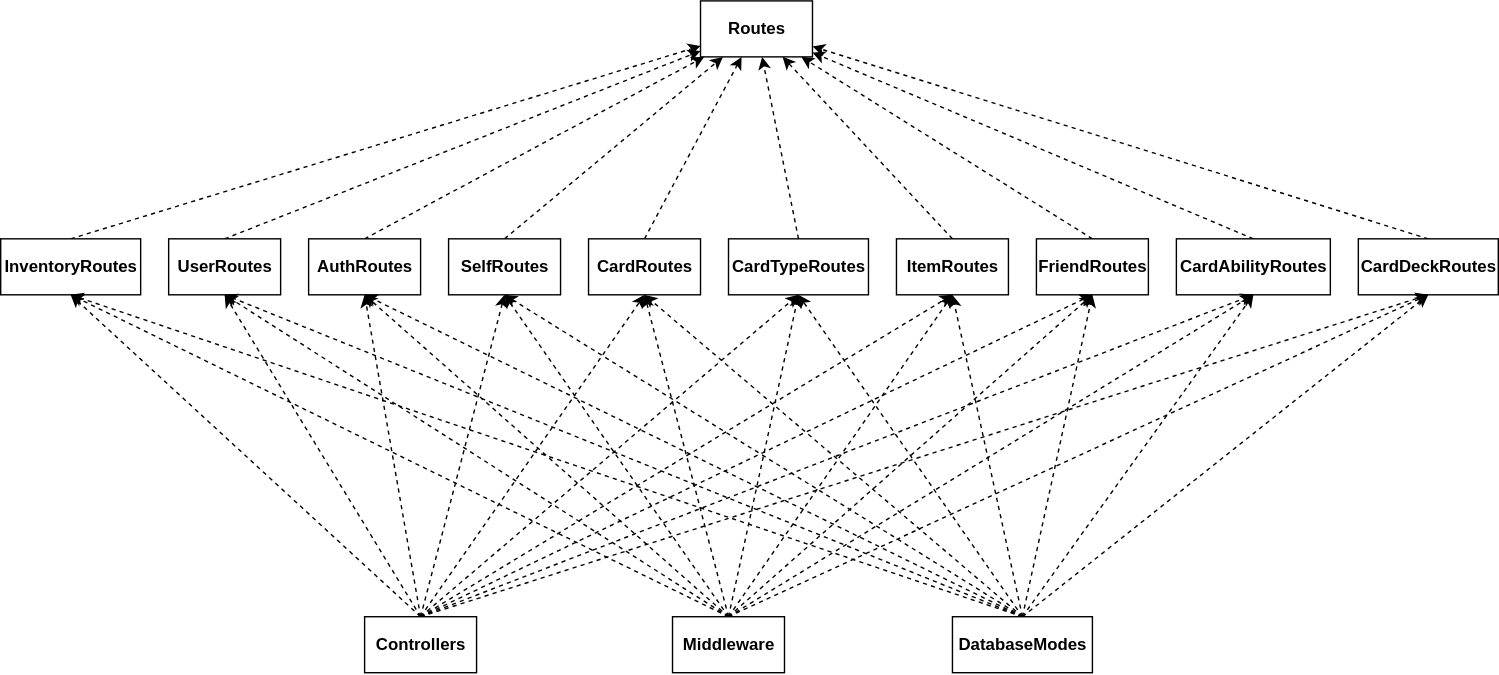
The draw.io diagram diagrams/routes_class_diagram.drawio.svg in i3ene/decksterous, before a commit. Source tidied: cells renumbered, new cells last; positions are measured from the earlier drawing's top-left corner, leaving out a move shared by most shapes.
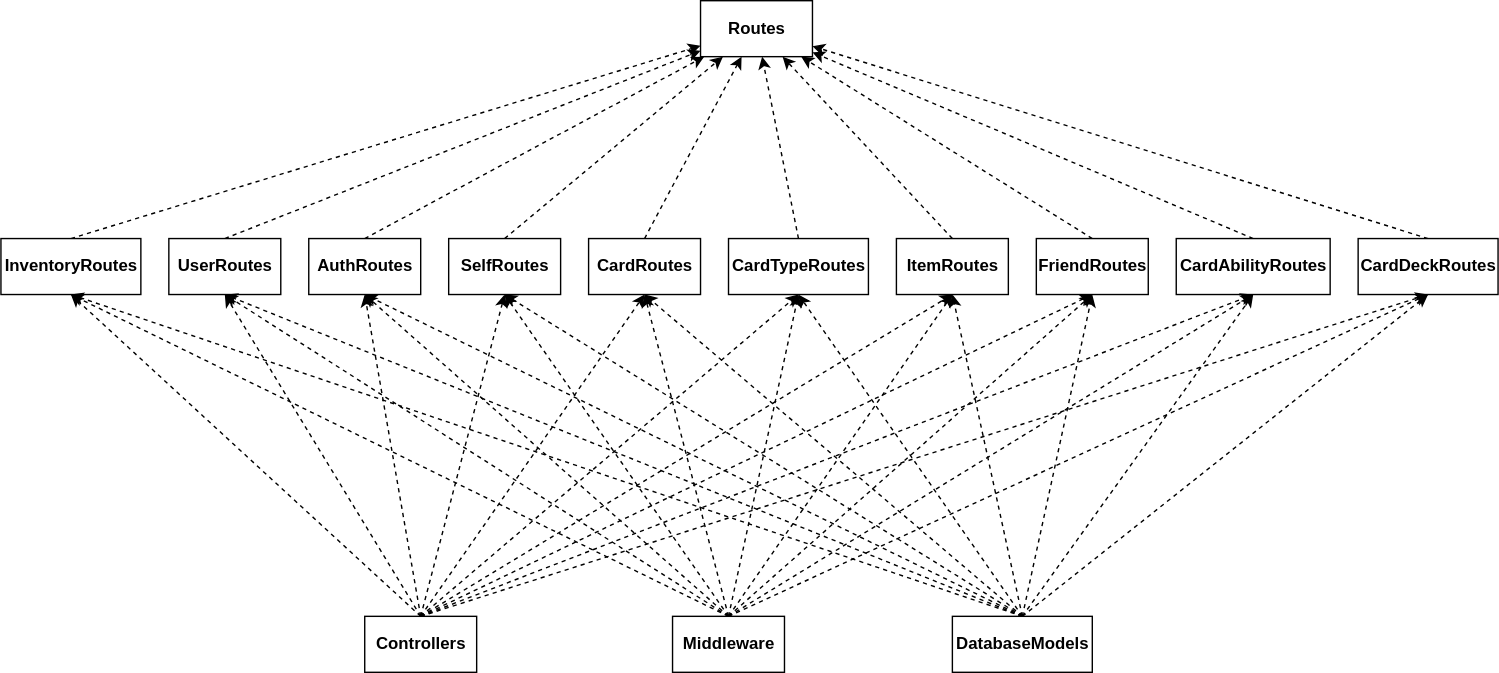
Later version of the same file.

Commit message:
Fixed spelling mistake

Change to the diagram source:
```diff
@@ -161,7 +161,7 @@
     <mxCell id="54" style="edgeStyle=none;html=1;exitX=0.5;exitY=0;exitDx=0;exitDy=0;entryX=0.5;entryY=1;entryDx=0;entryDy=0;dashed=1;" parent="1" edge="1" source="55" target="16">
       <mxGeometry relative="1" as="geometry" />
     </mxCell>
-    <mxCell id="55" value="&lt;b&gt;DatabaseModes&lt;/b&gt;" style="html=1;" parent="1" vertex="1">
+    <mxCell id="55" value="&lt;b&gt;DatabaseModels&lt;/b&gt;" style="html=1;" parent="1" vertex="1">
       <mxGeometry x="680" y="440" width="100" height="40" as="geometry" />
     </mxCell>
   </root>
```
